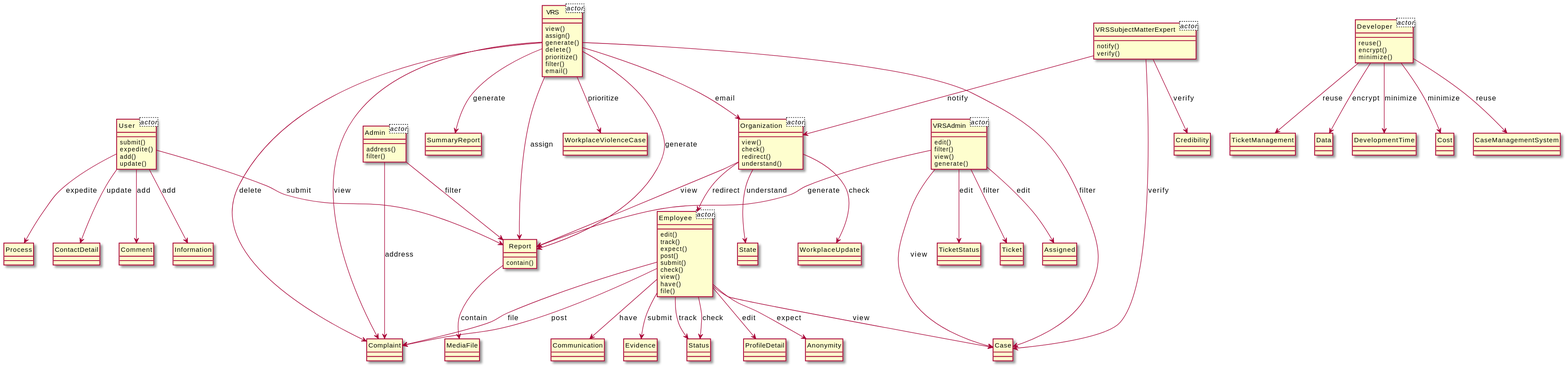
Above: output/diagram_5/2019-USC-Project05.svg in xixixhalu/DomainModelExtractor (PlantUML), before the change.
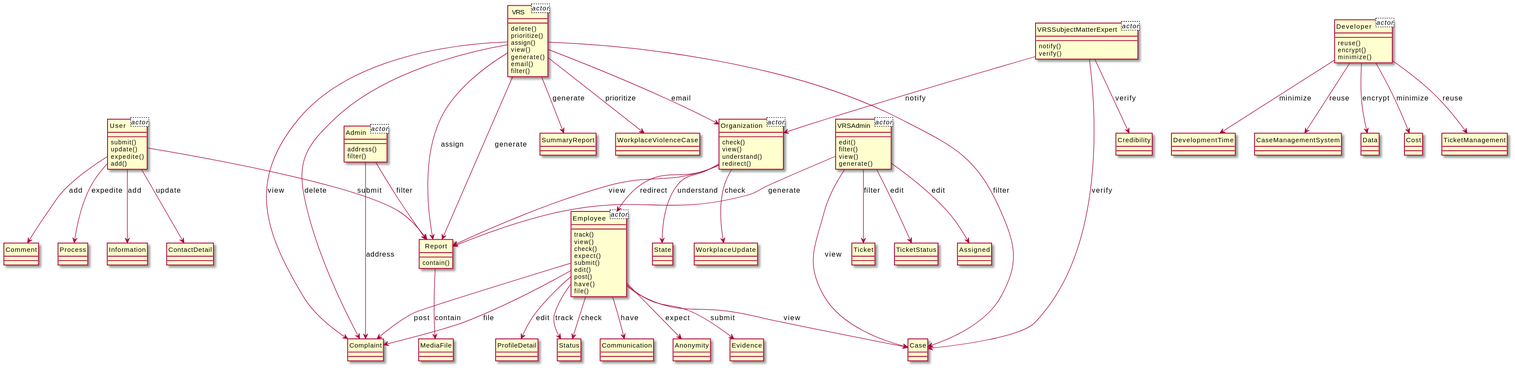
Later version of the same file.

Change to the diagram source:
```diff
@@ -16,36 +16,60 @@
 }
 class VRSSubjectMatterExpert<actor> {
 }
+class User {
+	submit()
+	update()
+	expedite()
+	add()
+}
+class Information {
+}
+class Developer {
+	reuse()
+	encrypt()
+	minimize()
+}
+class DevelopmentTime {
+}
 class VRS {
-	view()
-	assign()
-	generate()
 	delete()
 	prioritize()
+	assign()
+	view()
+	generate()
+	email()
 	filter()
-	email()
+}
+class SummaryReport {
+}
+class WorkplaceViolenceCase {
+}
+class Complaint {
+}
+class Organization {
+	check()
+	view()
+	understand()
+	redirect()
+}
+class State {
+}
+class VRSSubjectMatterExpert {
+	notify()
+	verify()
+}
+class WorkplaceUpdate {
+}
+class ContactDetail {
+}
+class Admin {
+	address()
+	filter()
 }
 class Report {
 	contain()
 }
-class User {
-	submit()
-	expedite()
-	add()
-	update()
-}
-class Employee {
-	edit()
-	track()
-	expect()
-	post()
-	submit()
-	check()
-	view()
-	have()
-	file()
-}
-class Complaint {
+class CaseManagementSystem {
 }
 class VRSAdmin {
 	edit()
@@ -55,111 +79,87 @@
 }
 class Assigned {
 }
-class TicketStatus {
-}
-class SummaryReport {
-}
-class Organization {
-	view()
-	check()
-	redirect()
-	understand()
+class Data {
 }
 class MediaFile {
 }
-class State {
-}
-class Evidence {
-}
 class Comment {
 }
-class Information {
+class Employee {
+	track()
+	view()
+	check()
+	expect()
+	submit()
+	edit()
+	post()
+	have()
+	file()
+}
+class Status {
 }
 class Ticket {
 }
 class Case {
 }
-class WorkplaceUpdate {
+class Cost {
+}
+class Communication {
+}
+class Anonymity {
+}
+class Evidence {
+}
+class ProfileDetail {
+}
+class TicketStatus {
+}
+class Credibility {
+}
+class TicketManagement {
 }
 class Process {
 }
-class Developer {
-	reuse()
-	encrypt()
-	minimize()
-}
-class TicketManagement {
-}
-class Admin {
-	address()
-	filter()
-}
-class VRSSubjectMatterExpert {
-	notify()
-	verify()
-}
-class Credibility {
-}
-class Data {
-}
-class DevelopmentTime {
-}
-class ContactDetail {
-}
-class Cost {
-}
-class CaseManagementSystem {
-}
-class Status {
-}
-class ProfileDetail {
-}
-class WorkplaceViolenceCase {
-}
-class Anonymity {
-}
-class Communication {
-}
+User --> Information : add
+VRS --> WorkplaceViolenceCase : prioritize
+Developer --> Cost : minimize
+Developer --> Data : encrypt
+VRSAdmin --> Case : view
+User --> Process : expedite
+VRS --> Complaint : delete
+Employee --> Communication : have
+VRS --> Organization : email
+Report --> MediaFile : contain
+Organization --> Employee : redirect
+Employee --> Anonymity : expect
+VRS --> SummaryReport : generate
+Organization --> State : understand
+User --> Comment : add
+Organization --> Report : view
+VRS --> Complaint : view
+VRSAdmin --> Report : generate
+VRSSubjectMatterExpert --> Organization : notify
+Employee --> Evidence : submit
+Organization --> WorkplaceUpdate : check
+Employee --> Complaint : file
+Developer --> DevelopmentTime : minimize
+Employee --> ProfileDetail : edit
+Employee --> Status : check
+User --> ContactDetail : update
+VRSAdmin --> TicketStatus : edit
+VRSAdmin --> Ticket : filter
+Admin --> Report : filter
+VRS --> Report : assign
+Admin --> Complaint : address
+VRSSubjectMatterExpert --> Credibility : verify
+VRS --> Case : filter
+Developer --> CaseManagementSystem : reuse
 VRS --> Report : generate
+VRSSubjectMatterExpert --> Case : verify
+Developer --> TicketManagement : reuse
+User --> Report : submit
 VRSAdmin --> Assigned : edit
-User --> ContactDetail : update
-Organization --> WorkplaceUpdate : check
-VRS --> Case : filter
-VRSAdmin --> TicketStatus : edit
-VRSSubjectMatterExpert --> Organization : notify
-Developer --> Cost : minimize
-User --> Process : expedite
-VRS --> Report : assign
-VRS --> SummaryReport : generate
-Developer --> CaseManagementSystem : reuse
-Developer --> TicketManagement : reuse
-Organization --> Report : view
-Employee --> Status : check
-Report --> MediaFile : contain
-Employee --> ProfileDetail : edit
-Admin --> Report : filter
-User --> Report : submit
-Organization --> State : understand
+Employee --> Case : view
 Employee --> Complaint : post
-VRS --> WorkplaceViolenceCase : prioritize
-VRSSubjectMatterExpert --> Credibility : verify
-Employee --> Communication : have
-Employee --> Evidence : submit
-Employee --> Anonymity : expect
-VRSAdmin --> Case : view
-User --> Comment : add
-Developer --> Data : encrypt
-VRS --> Organization : email
-User --> Information : add
-Employee --> Complaint : file
-VRS --> Complaint : view
-Admin --> Complaint : address
-VRS --> Complaint : delete
-VRSAdmin --> Ticket : filter
 Employee --> Status : track
-VRSAdmin --> Report : generate
-VRSSubjectMatterExpert --> Case : verify
-Organization --> Employee : redirect
-Employee --> Case : view
-Developer --> DevelopmentTime : minimize
 @enduml
```
